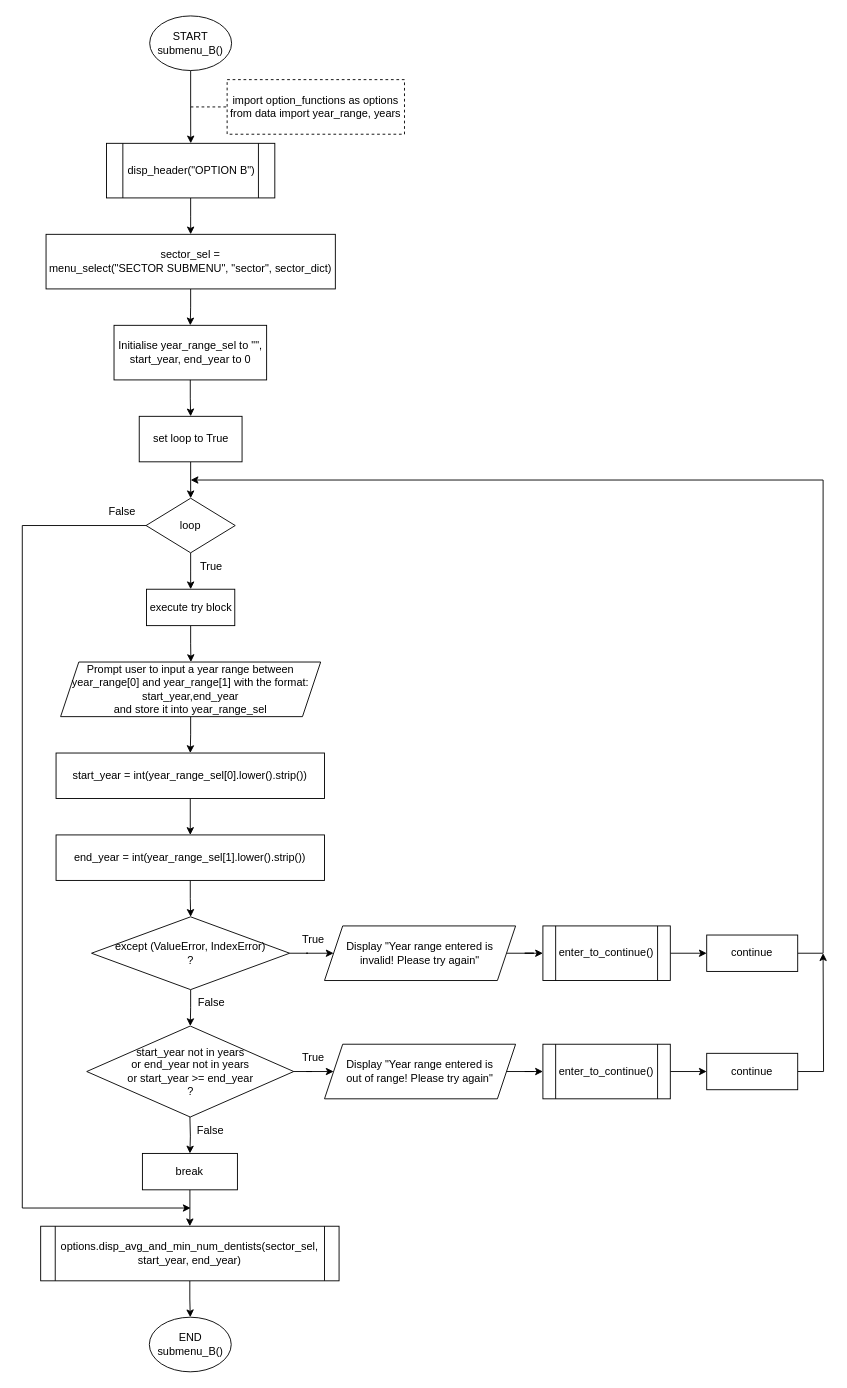
This is Flow Charts/submenu_B.drawio from SNGTech/CPPSProject, a draw.io file, before an edit. Source tidied: cells renumbered, new cells numbered last; positions are measured from the earlier drawing's top-left corner, leaving out a move shared by most shapes. Both pictures are drawn from the tidied source at 91%, with x=0, y=0 at pixel (22, 15).
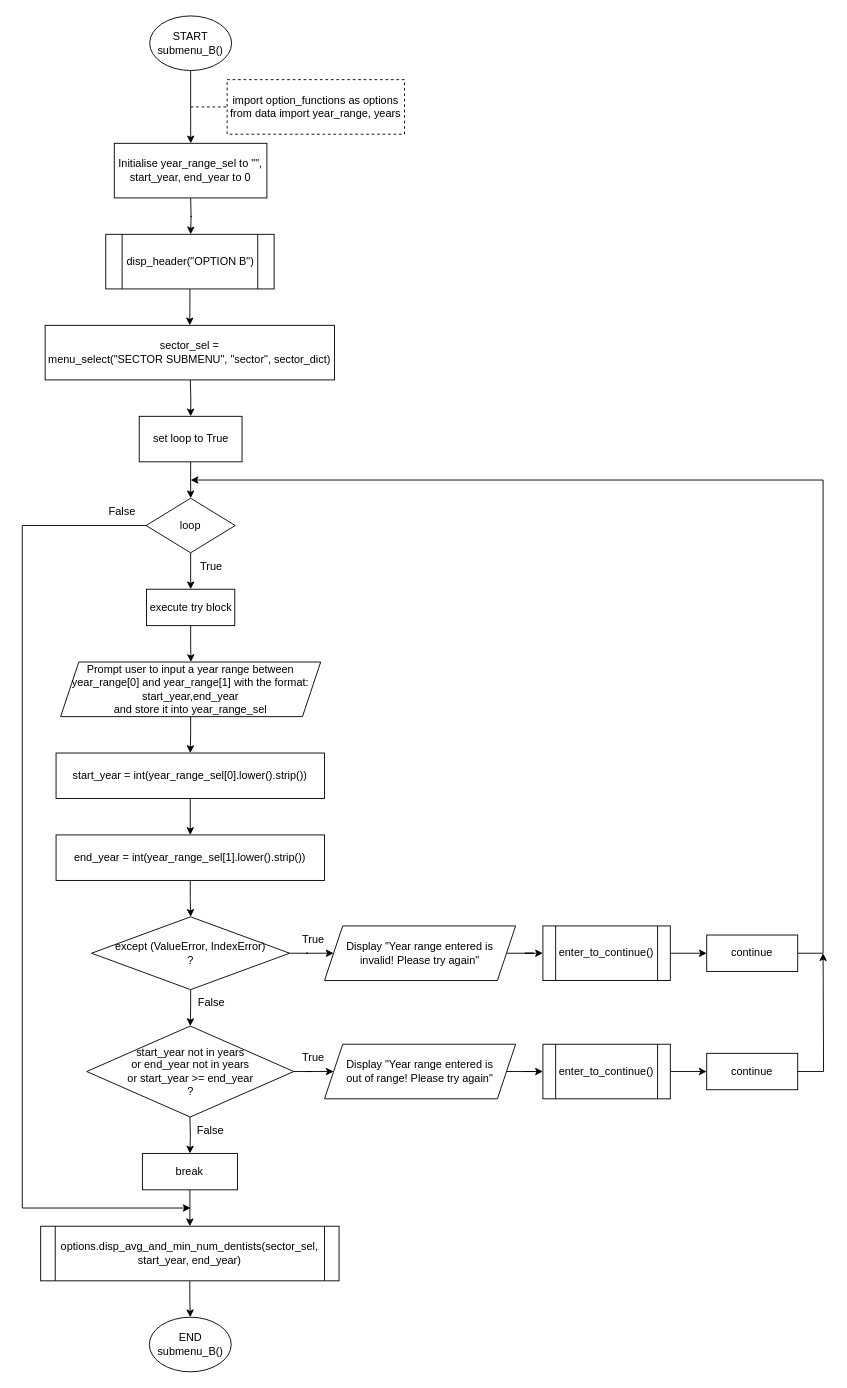
Above is the later version.

Unchanged cells that the change refers to:
```xml
<mxCell id="11" value="set loop to True" style="rounded=0;whiteSpace=wrap;html=1;" parent="1" vertex="1">
  <mxGeometry x="128.5" y="440" width="113" height="50" as="geometry" />
</mxCell>
```

Diff of the diagram source:
```diff
@@
-    <mxCell id="6" value="Initialise year_range_sel to &quot;&quot;, &lt;br&gt;start_year, end_year to 0" style="rounded=0;whiteSpace=wrap;html=1;" parent="1" vertex="1">
-      <mxGeometry x="100.8" y="340" width="167.7" height="60" as="geometry" />
-    </mxCell>
-    <mxCell id="7" style="edgeStyle=orthogonalEdgeStyle;rounded=0;jettySize=auto;html=1;" parent="1" edge="1" source="8" target="53">
-      <mxGeometry relative="1" as="geometry" />
+    <mxCell id="7" style="edgeStyle=orthogonalEdgeStyle;rounded=0;orthogonalLoop=1;jettySize=auto;html=1;" parent="1" edge="1">
+      <mxGeometry relative="1" as="geometry">
+        <mxPoint x="185" y="200" as="sourcePoint" />
+        <mxPoint x="185" y="240" as="targetPoint" />
+      </mxGeometry>
     </mxCell>
-    <mxCell id="8" value="disp_header(&quot;OPTION B&quot;)" style="shape=process;whiteSpace=wrap;html=1;backgroundOutline=1;size=0.0945945945945946;" parent="1" vertex="1">
-      <mxGeometry x="92.5" y="140" width="185" height="60" as="geometry" />
-    </mxCell>
-    <mxCell id="9" style="edgeStyle=orthogonalEdgeStyle;rounded=0;jettySize=auto;html=1;" parent="1" edge="1" source="6" target="11">
-      <mxGeometry relative="1" as="geometry" />
+    <mxCell id="9" style="edgeStyle=orthogonalEdgeStyle;rounded=0;jettySize=auto;html=1;" parent="1" edge="1" target="11">
+      <mxGeometry relative="1" as="geometry">
+        <mxPoint x="184.7" y="400" as="sourcePoint" />
+      </mxGeometry>
     </mxCell>
@@
-    <mxCell id="52" style="edgeStyle=orthogonalEdgeStyle;rounded=0;jettySize=auto;html=1;" parent="1" edge="1" source="53" target="6">
-      <mxGeometry relative="1" as="geometry" />
-    </mxCell>
+    <mxCell id="6" value="Initialise year_range_sel to &quot;&quot;, &lt;br&gt;start_year, end_year to 0" style="rounded=0;whiteSpace=wrap;html=1;" parent="1" vertex="1">
+      <mxGeometry x="101.1" y="140" width="167.7" height="60" as="geometry" />
+    </mxCell>
     <mxCell id="53" value="sector_sel = &lt;br&gt;menu_select(&quot;SECTOR SUBMENU&quot;, &quot;sector&quot;, sector_dict)" style="rounded=0;whiteSpace=wrap;html=1;" parent="1" vertex="1">
-      <mxGeometry x="26.1" y="240" width="317.9" height="60" as="geometry" />
+      <mxGeometry x="25.1" y="340" width="317.9" height="60" as="geometry" />
     </mxCell>
+    <mxCell id="54" style="edgeStyle=orthogonalEdgeStyle;rounded=0;jettySize=auto;html=1;" parent="1" edge="1" source="8" target="53">
+      <mxGeometry relative="1" as="geometry" />
+    </mxCell>
+    <mxCell id="8" value="disp_header(&quot;OPTION B&quot;)" style="shape=process;whiteSpace=wrap;html=1;backgroundOutline=1;size=0.0945945945945946;" parent="1" vertex="1">
+      <mxGeometry x="91.7" y="240" width="185" height="60" as="geometry" />
+    </mxCell>
```
